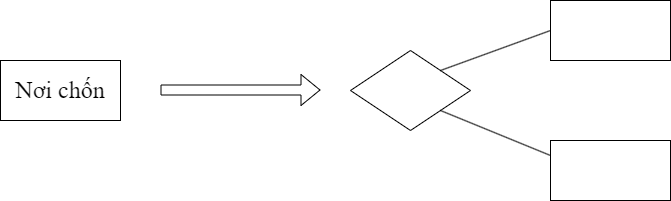
The draw.io diagram Luật thứ nhất(trên xuống).png in datnham0212/learning, before a commit. Source tidied: cells renumbered, new cells last; positions are measured from the earlier drawing's top-left corner, leaving out a move shared by most shapes.
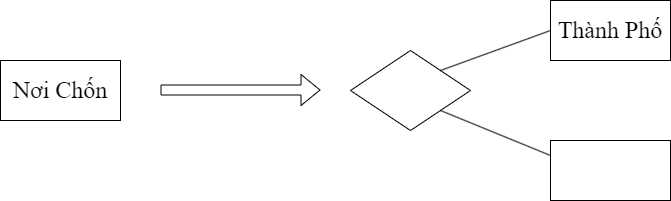
Later version of the same file.

What changed in the source:
```diff
@@ -2,10 +2,10 @@
   <root>
     <mxCell id="0" />
     <mxCell id="1" parent="0" />
-    <mxCell id="2" value="&lt;font style=&quot;font-size: 24px;&quot; face=&quot;Times New Roman&quot;&gt;Nơi chốn&lt;/font&gt;" style="rounded=0;whiteSpace=wrap;html=1;" parent="1" vertex="1">
+    <mxCell id="2" value="&lt;font style=&quot;font-size: 24px;&quot; face=&quot;Times New Roman&quot;&gt;Nơi Chốn&lt;/font&gt;" style="rounded=0;whiteSpace=wrap;html=1;" parent="1" vertex="1">
       <mxGeometry y="60" width="120" height="60" as="geometry" />
     </mxCell>
-    <mxCell id="3" style="rounded=0;whiteSpace=wrap;html=1;" parent="1" vertex="1">
+    <mxCell id="3" value="&lt;font face=&quot;Times New Roman&quot; style=&quot;font-size: 24px;&quot;&gt;Thành Phố&lt;/font&gt;" style="rounded=0;whiteSpace=wrap;html=1;" parent="1" vertex="1">
       <mxGeometry x="550" width="120" height="60" as="geometry" />
     </mxCell>
     <mxCell id="4" style="rounded=0;whiteSpace=wrap;html=1;" parent="1" vertex="1">
```
